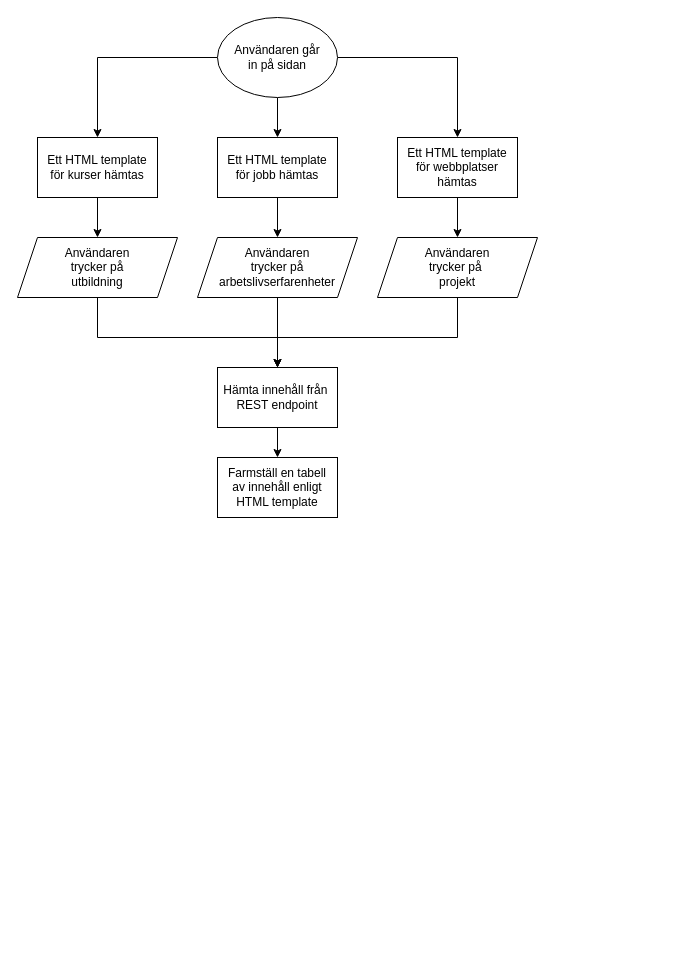
Earlier version of the draw.io diagram webbutveckling/Webbutveckling3/Moment6/clientFlowchart.drawio (EliasEriksson/miun). Source tidied: cells renumbered, new cells numbered last; positions are measured from the earlier drawing's top-left corner, leaving out a move shared by most shapes. Both pictures are drawn from the tidied source at 100%, with x=0, y=0 at pixel (17, 17).
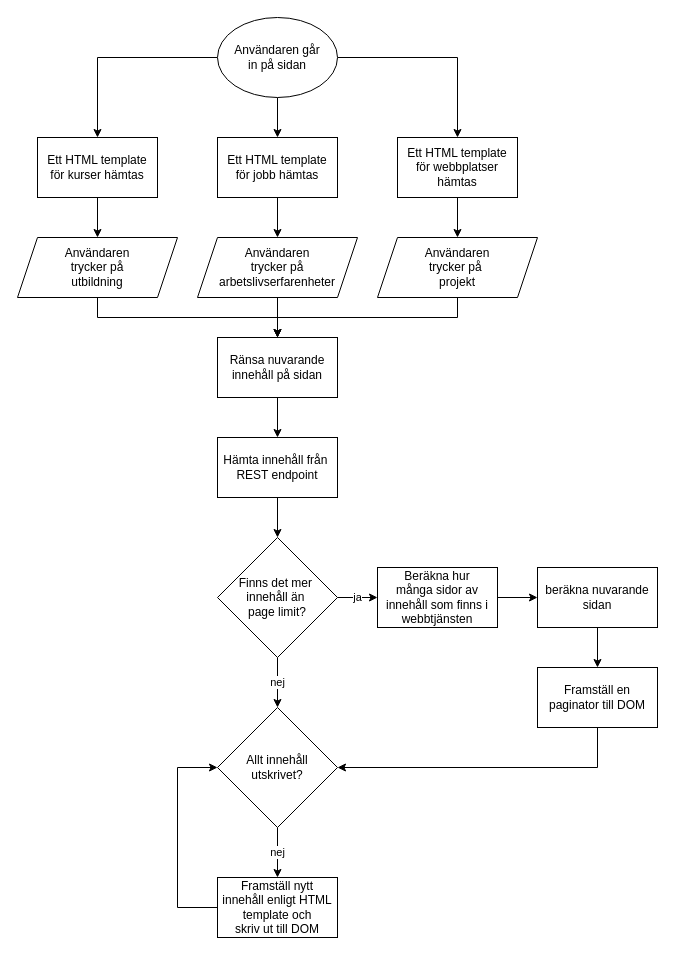
After the change.

The change refers to these unchanged cells:
```xml
<mxCell id="7" value="Användaren&lt;br&gt;trycker på&lt;br&gt;arbetslivserfarenheter" style="shape=parallelogram;perimeter=parallelogramPerimeter;whiteSpace=wrap;html=1;fixedSize=1;" parent="1" vertex="1">
  <mxGeometry x="180" y="220" width="160" height="60" as="geometry" />
</mxCell>
<mxCell id="9" value="Användaren&lt;br&gt;trycker på&lt;br&gt;utbildning" style="shape=parallelogram;perimeter=parallelogramPerimeter;whiteSpace=wrap;html=1;fixedSize=1;" parent="1" vertex="1">
  <mxGeometry y="220" width="160" height="60" as="geometry" />
</mxCell>
<mxCell id="11" value="Användaren&lt;br&gt;trycker på&amp;nbsp;&lt;br&gt;projekt" style="shape=parallelogram;perimeter=parallelogramPerimeter;whiteSpace=wrap;html=1;fixedSize=1;" parent="1" vertex="1">
  <mxGeometry x="360" y="220" width="160" height="60" as="geometry" />
</mxCell>
```

Diff of the diagram source:
```diff
@@
-    <mxCell id="6" style="edgeStyle=orthogonalEdgeStyle;rounded=0;jettySize=auto;html=1;" parent="1" edge="1" source="7" target="13">
-      <mxGeometry relative="1" as="geometry" />
-    </mxCell>
+    <mxCell id="21" style="edgeStyle=orthogonalEdgeStyle;rounded=0;jettySize=auto;html=1;" parent="1" edge="1" source="7" target="39">
+      <mxGeometry relative="1" as="geometry" />
+    </mxCell>
@@
-    <mxCell id="8" style="edgeStyle=orthogonalEdgeStyle;rounded=0;jettySize=auto;html=1;" parent="1" edge="1" source="9" target="13">
-      <mxGeometry relative="1" as="geometry">
-        <Array as="points">
-          <mxPoint x="80" y="320" />
-          <mxPoint x="260" y="320" />
-        </Array>
-      </mxGeometry>
-    </mxCell>
+    <mxCell id="22" style="edgeStyle=orthogonalEdgeStyle;rounded=0;jettySize=auto;html=1;" parent="1" edge="1" source="9" target="39">
+      <mxGeometry relative="1" as="geometry">
+        <Array as="points">
+          <mxPoint x="80" y="300" />
+          <mxPoint x="260" y="300" />
+        </Array>
+      </mxGeometry>
+    </mxCell>
@@
-    <mxCell id="10" style="edgeStyle=orthogonalEdgeStyle;rounded=0;jettySize=auto;html=1;" parent="1" edge="1" source="11" target="13">
-      <mxGeometry relative="1" as="geometry">
-        <Array as="points">
-          <mxPoint x="440" y="320" />
-          <mxPoint x="260" y="320" />
-        </Array>
-      </mxGeometry>
-    </mxCell>
+    <mxCell id="23" style="edgeStyle=orthogonalEdgeStyle;rounded=0;jettySize=auto;html=1;" parent="1" edge="1" source="11" target="39">
+      <mxGeometry relative="1" as="geometry">
+        <Array as="points">
+          <mxPoint x="440" y="300" />
+          <mxPoint x="260" y="300" />
+        </Array>
+      </mxGeometry>
+    </mxCell>
@@
-    <mxCell id="12" style="edgeStyle=orthogonalEdgeStyle;rounded=0;jettySize=auto;html=1;" parent="1" edge="1" source="13" target="20">
-      <mxGeometry relative="1" as="geometry" />
-    </mxCell>
+    <mxCell id="24" style="edgeStyle=orthogonalEdgeStyle;rounded=0;jettySize=auto;html=1;" parent="1" edge="1" source="13" target="27">
+      <mxGeometry relative="1" as="geometry" />
+    </mxCell>
     <mxCell id="13" value="Hämta innehåll från&amp;nbsp;&lt;br&gt;REST endpoint" style="rounded=0;whiteSpace=wrap;html=1;" parent="1" vertex="1">
-      <mxGeometry x="200" y="350" width="120" height="60" as="geometry" />
+      <mxGeometry x="200" y="420" width="120" height="60" as="geometry" />
     </mxCell>
@@
-    <mxCell id="20" value="Farmställ en tabell&lt;br&gt;av innehåll enligt HTML template" style="rounded=0;whiteSpace=wrap;html=1;" parent="1" vertex="1">
-      <mxGeometry x="200" y="440" width="120" height="60" as="geometry" />
-    </mxCell>
+    <mxCell id="25" value="nej" style="edgeStyle=orthogonalEdgeStyle;rounded=0;jettySize=auto;html=1;" parent="1" edge="1" source="27" target="31">
+      <mxGeometry relative="1" as="geometry" />
+    </mxCell>
+    <mxCell id="26" value="ja" style="edgeStyle=orthogonalEdgeStyle;rounded=0;jettySize=auto;html=1;" parent="1" edge="1" source="27" target="33">
+      <mxGeometry relative="1" as="geometry" />
+    </mxCell>
+    <mxCell id="27" value="Finns det mer&amp;nbsp;&lt;br&gt;innehåll än&amp;nbsp;&lt;br&gt;page limit?" style="rhombus;whiteSpace=wrap;html=1;" parent="1" vertex="1">
+      <mxGeometry x="200" y="520" width="120" height="120" as="geometry" />
+    </mxCell>
+    <mxCell id="28" style="edgeStyle=orthogonalEdgeStyle;rounded=0;jettySize=auto;html=1;" parent="1" edge="1" source="29" target="31">
+      <mxGeometry relative="1" as="geometry">
+        <Array as="points">
+          <mxPoint x="160" y="890" />
+          <mxPoint x="160" y="750" />
+        </Array>
+      </mxGeometry>
+    </mxCell>
+    <mxCell id="29" value="Framställ nytt&lt;br&gt;innehåll enligt HTML&lt;br&gt;template och &lt;br&gt;skriv ut till DOM" style="rounded=0;whiteSpace=wrap;html=1;" parent="1" vertex="1">
+      <mxGeometry x="200" y="860" width="120" height="60" as="geometry" />
+    </mxCell>
+    <mxCell id="30" value="nej" style="edgeStyle=orthogonalEdgeStyle;rounded=0;jettySize=auto;html=1;" parent="1" edge="1" source="31" target="29">
+      <mxGeometry relative="1" as="geometry" />
+    </mxCell>
+    <mxCell id="31" value="Allt innehåll&lt;br&gt;utskrivet?" style="rhombus;whiteSpace=wrap;html=1;" parent="1" vertex="1">
+      <mxGeometry x="200" y="690" width="120" height="120" as="geometry" />
+    </mxCell>
+    <mxCell id="32" style="edgeStyle=orthogonalEdgeStyle;rounded=0;jettySize=auto;html=1;" parent="1" edge="1" source="33" target="35">
+      <mxGeometry relative="1" as="geometry" />
+    </mxCell>
+    <mxCell id="33" value="Beräkna hur&lt;br&gt;många sidor av&lt;br&gt;innehåll som finns i&lt;br&gt;webbtjänsten" style="rounded=0;whiteSpace=wrap;html=1;" parent="1" vertex="1">
+      <mxGeometry x="360" y="550" width="120" height="60" as="geometry" />
+    </mxCell>
+    <mxCell id="34" style="edgeStyle=orthogonalEdgeStyle;rounded=0;jettySize=auto;html=1;" parent="1" edge="1" source="35" target="37">
+      <mxGeometry relative="1" as="geometry" />
+    </mxCell>
+    <mxCell id="35" value="beräkna nuvarande&lt;br&gt;sidan" style="rounded=0;whiteSpace=wrap;html=1;" parent="1" vertex="1">
+      <mxGeometry x="520" y="550" width="120" height="60" as="geometry" />
+    </mxCell>
+    <mxCell id="36" style="edgeStyle=orthogonalEdgeStyle;rounded=0;jettySize=auto;html=1;" parent="1" edge="1" source="37" target="31">
+      <mxGeometry relative="1" as="geometry">
+        <Array as="points">
+          <mxPoint x="580" y="750" />
+        </Array>
+      </mxGeometry>
+    </mxCell>
+    <mxCell id="37" value="Framställ en&lt;br&gt;paginator till DOM" style="rounded=0;whiteSpace=wrap;html=1;" parent="1" vertex="1">
+      <mxGeometry x="520" y="650" width="120" height="60" as="geometry" />
+    </mxCell>
+    <mxCell id="38" style="edgeStyle=orthogonalEdgeStyle;rounded=0;jettySize=auto;html=1;" parent="1" edge="1" source="39" target="13">
+      <mxGeometry relative="1" as="geometry" />
+    </mxCell>
+    <mxCell id="39" value="Ränsa nuvarande&lt;br&gt;innehåll på sidan" style="rounded=0;whiteSpace=wrap;html=1;" parent="1" vertex="1">
+      <mxGeometry x="200" y="320" width="120" height="60" as="geometry" />
+    </mxCell>
```
